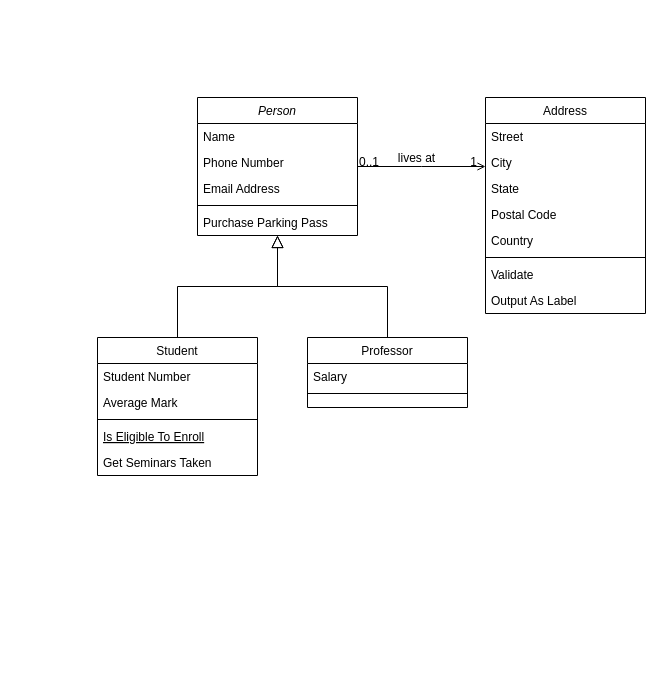
Above: Pokemon.drawio in andmansim/Parcial-del-8 (draw.io), before the change. Source tidied: cells renumbered, new cells numbered last; positions are measured from the earlier drawing's top-left corner, leaving out a move shared by most shapes. Both pictures are drawn from the tidied source at 100%, with x=0, y=0 at pixel (97, 97).
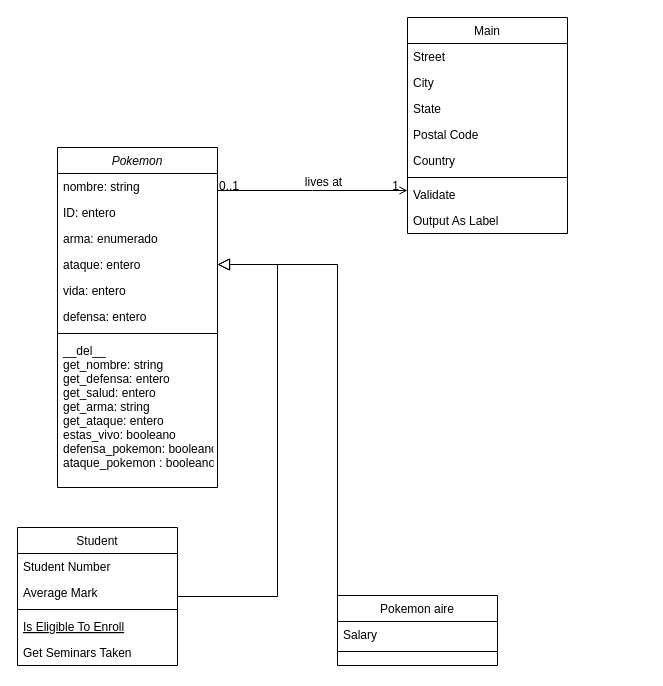
The same diagram, later.

Change to the diagram source:
```diff
@@
-    <mxCell id="2" value="Person" style="swimlane;fontStyle=2;align=center;verticalAlign=top;horizontal=1;startSize=26;rounded=0;shadow=0;strokeWidth=1;" parent="1" vertex="1">
-      <mxGeometry x="100" width="160" height="138" as="geometry" />
+    <mxCell id="2" value="Pokemon" style="swimlane;fontStyle=2;align=center;verticalAlign=top;horizontal=1;startSize=26;rounded=0;shadow=0;strokeWidth=1;" parent="1" vertex="1">
+      <mxGeometry x="-40" y="50" width="160" height="340" as="geometry" />
     </mxCell>
-    <mxCell id="3" value="Name" style="text;align=left;verticalAlign=top;spacingLeft=4;spacingRight=4;overflow=hidden;" parent="2" vertex="1">
+    <mxCell id="3" value="nombre: string" style="text;align=left;verticalAlign=top;spacingLeft=4;spacingRight=4;overflow=hidden;" parent="2" vertex="1">
       <mxGeometry y="26" width="160" height="26" as="geometry" />
     </mxCell>
-    <mxCell id="4" value="Phone Number" style="text;align=left;verticalAlign=top;spacingLeft=4;spacingRight=4;overflow=hidden;rounded=0;shadow=0;html=0;" parent="2" vertex="1">
+    <mxCell id="4" value="ID: entero" style="text;align=left;verticalAlign=top;spacingLeft=4;spacingRight=4;overflow=hidden;rounded=0;shadow=0;html=0;" parent="2" vertex="1">
       <mxGeometry y="52" width="160" height="26" as="geometry" />
     </mxCell>
-    <mxCell id="5" value="Email Address" style="text;align=left;verticalAlign=top;spacingLeft=4;spacingRight=4;overflow=hidden;rounded=0;shadow=0;html=0;" parent="2" vertex="1">
+    <mxCell id="5" value="arma: enumerado" style="text;align=left;verticalAlign=top;spacingLeft=4;spacingRight=4;overflow=hidden;rounded=0;shadow=0;html=0;" parent="2" vertex="1">
       <mxGeometry y="78" width="160" height="26" as="geometry" />
     </mxCell>
+    <mxCell id="32" value="ataque: entero" style="text;align=left;verticalAlign=top;spacingLeft=4;spacingRight=4;overflow=hidden;points=[[0,0.5],[1,0.5]];portConstraint=eastwest;rounded=0;shadow=0;html=0;" parent="2" vertex="1">
+      <mxGeometry y="104" width="160" height="26" as="geometry" />
+    </mxCell>
+    <mxCell id="33" value="vida: entero" style="text;align=left;verticalAlign=top;spacingLeft=4;spacingRight=4;overflow=hidden;rounded=0;shadow=0;html=0;" parent="2" vertex="1">
+      <mxGeometry y="130" width="160" height="26" as="geometry" />
+    </mxCell>
+    <mxCell id="34" value="defensa: entero" style="text;align=left;verticalAlign=top;spacingLeft=4;spacingRight=4;overflow=hidden;rounded=0;shadow=0;html=0;" parent="2" vertex="1">
+      <mxGeometry y="156" width="160" height="26" as="geometry" />
+    </mxCell>
     <mxCell id="6" style="line;html=1;strokeWidth=1;align=left;verticalAlign=middle;spacingTop=-1;spacingLeft=3;spacingRight=3;labelPosition=right;" parent="2" vertex="1">
-      <mxGeometry y="104" width="160" height="8" as="geometry" />
+      <mxGeometry y="182" width="160" height="8" as="geometry" />
     </mxCell>
-    <mxCell id="7" value="Purchase Parking Pass" style="text;align=left;verticalAlign=top;spacingLeft=4;spacingRight=4;overflow=hidden;" parent="2" vertex="1">
-      <mxGeometry y="112" width="160" height="26" as="geometry" />
+    <mxCell id="7" value="__del__&#10;get_nombre: string&#10;get_defensa: entero&#10;get_salud: entero&#10;get_arma: string&#10;get_ataque: entero&#10;estas_vivo: booleano&#10;defensa_pokemon: booleano&#10;ataque_pokemon : booleano" style="text;align=left;verticalAlign=top;spacingLeft=4;spacingRight=4;overflow=hidden;" parent="2" vertex="1">
+      <mxGeometry y="190" width="160" height="150" as="geometry" />
     </mxCell>
     <mxCell id="8" value="Student" style="swimlane;fontStyle=0;align=center;verticalAlign=top;horizontal=1;startSize=26;rounded=0;shadow=0;strokeWidth=1;" parent="1" vertex="1">
-      <mxGeometry y="240" width="160" height="138" as="geometry" />
+      <mxGeometry x="-80" y="430" width="160" height="138" as="geometry" />
     </mxCell>
@@
-    <mxCell id="14" style="endArrow=block;endSize=10;endFill=0;shadow=0;strokeWidth=1;rounded=0;edgeStyle=elbowEdgeStyle;elbow=vertical;" parent="1" edge="1" source="8" target="2">
-      <mxGeometry relative="1" as="geometry" />
+    <mxCell id="14" style="endArrow=block;endSize=10;endFill=0;shadow=0;strokeWidth=1;rounded=0;edgeStyle=elbowEdgeStyle;elbow=vertical;entryX=1;entryY=0.5;entryDx=0;entryDy=0;" parent="1" edge="1" source="8" target="32">
+      <mxGeometry relative="1" as="geometry">
+        <Array as="points">
+          <mxPoint x="180" y="410" />
+        </Array>
+      </mxGeometry>
     </mxCell>
-    <mxCell id="15" value="Professor" style="swimlane;fontStyle=0;align=center;verticalAlign=top;horizontal=1;startSize=26;rounded=0;shadow=0;strokeWidth=1;" parent="1" vertex="1">
-      <mxGeometry x="210" y="240" width="160" height="70" as="geometry" />
+    <mxCell id="15" value="Pokemon aire" style="swimlane;fontStyle=0;align=center;verticalAlign=top;horizontal=1;startSize=26;rounded=0;shadow=0;strokeWidth=1;" parent="1" vertex="1">
+      <mxGeometry x="240" y="498" width="160" height="70" as="geometry" />
     </mxCell>
@@
-    <mxCell id="18" style="endArrow=block;endSize=10;endFill=0;shadow=0;strokeWidth=1;rounded=0;edgeStyle=elbowEdgeStyle;elbow=vertical;" parent="1" edge="1" source="15" target="2">
-      <mxGeometry relative="1" as="geometry" />
-    </mxCell>
-    <mxCell id="19" value="Address" style="swimlane;fontStyle=0;align=center;verticalAlign=top;horizontal=1;startSize=26;rounded=0;shadow=0;strokeWidth=1;" parent="1" vertex="1">
-      <mxGeometry x="388" width="160" height="216" as="geometry" />
+    <mxCell id="19" value="Main" style="swimlane;fontStyle=0;align=center;verticalAlign=top;horizontal=1;startSize=26;rounded=0;shadow=0;strokeWidth=1;" parent="1" vertex="1">
+      <mxGeometry x="310" y="-80" width="160" height="216" as="geometry" />
     </mxCell>
@@
+    <mxCell id="35" style="endArrow=block;endSize=10;endFill=0;shadow=0;strokeWidth=1;rounded=0;edgeStyle=elbowEdgeStyle;elbow=vertical;exitX=0;exitY=0;exitDx=0;exitDy=0;" parent="1" edge="1" source="15">
+      <mxGeometry relative="1" as="geometry">
+        <mxPoint x="120" y="167" as="targetPoint" />
+        <Array as="points">
+          <mxPoint x="210" y="167" />
+        </Array>
+      </mxGeometry>
+    </mxCell>
```
